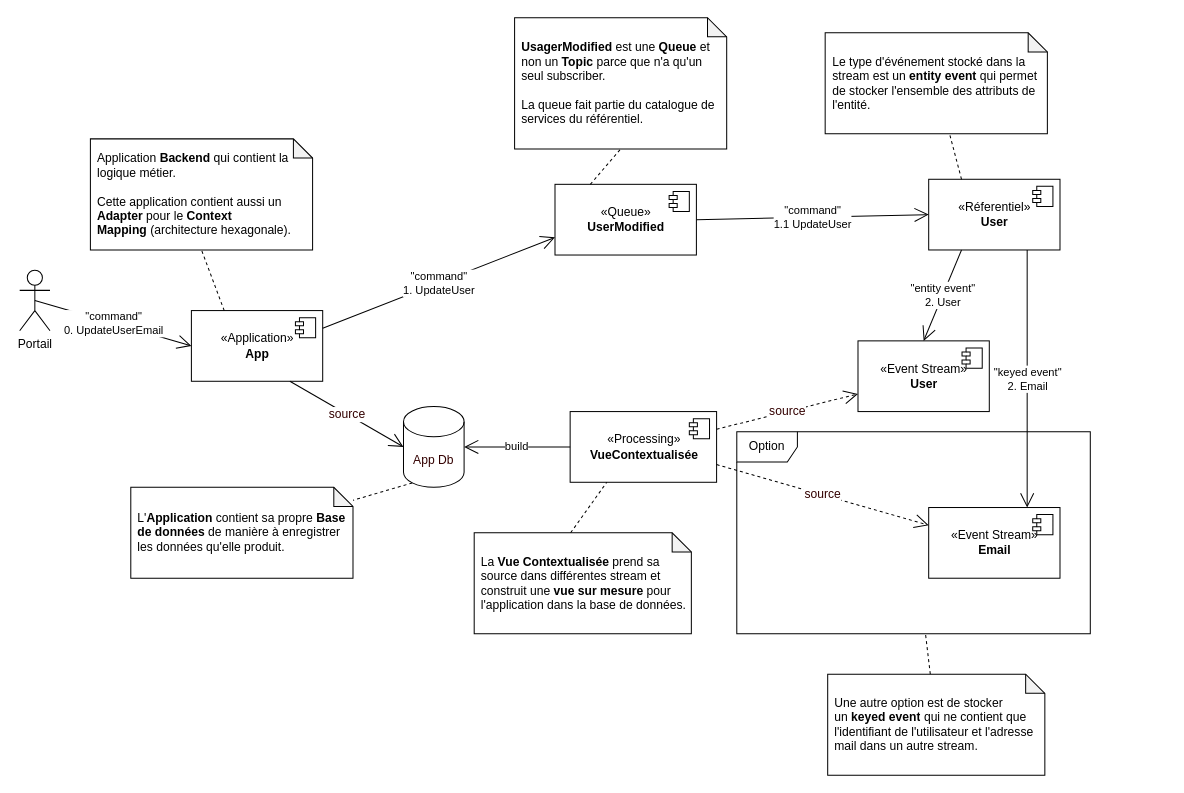
The draw.io diagram page "produce-and-consume-data" (3 of 11) of drafts/data-liberation.drawio in diplomegalo/event-driven, before the edit. Source tidied: cells renumbered, new cells numbered last; positions are measured from the earlier drawing's top-left corner, leaving out a move shared by most shapes. Both pictures are drawn from the tidied source at 101%, with x=0, y=0 at pixel (19, 17).
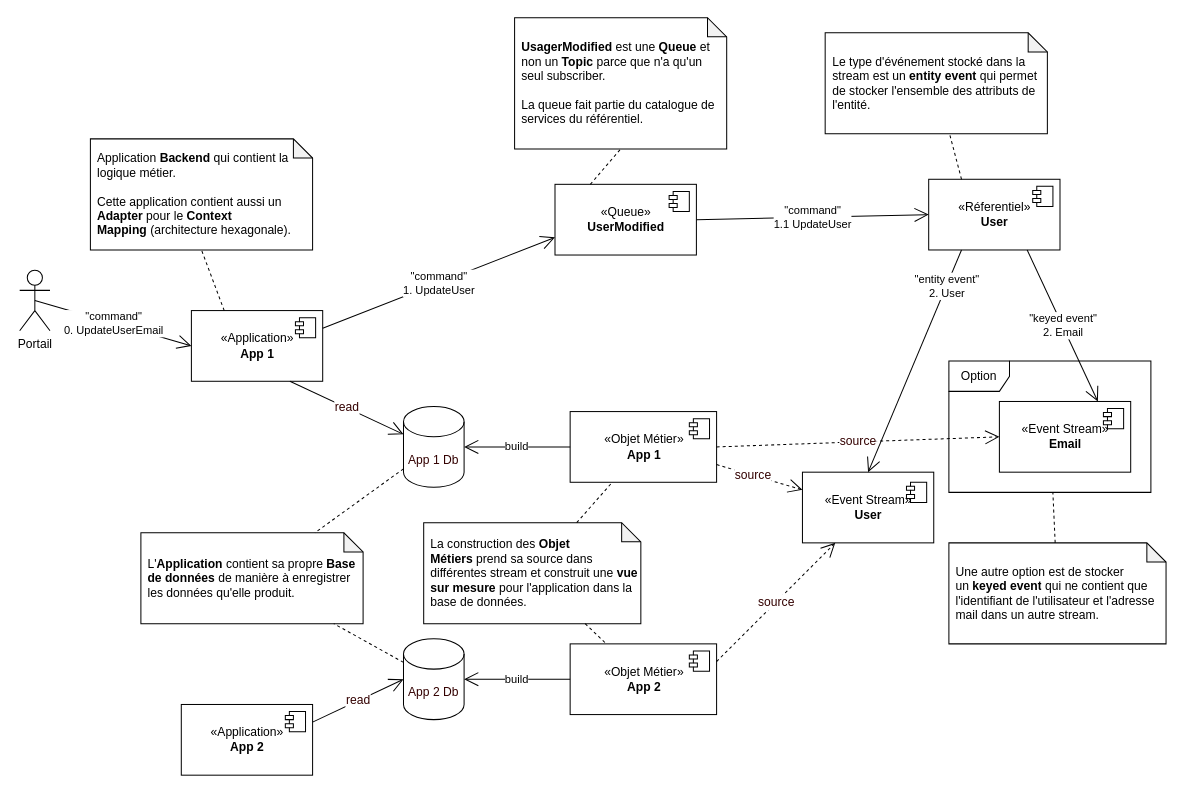
The same diagram, later.

Commit message (it also covers changes not shown here):
data stream

Unchanged cells that the change refers to:
```xml
<mxCell id="14" value="«Réferentiel»&lt;br&gt;&lt;b&gt;User&lt;/b&gt;" style="html=1;" parent="1" vertex="1">
  <mxGeometry x="900" y="160" width="130" height="70" as="geometry" />
</mxCell>
```

What changed in the source:
```diff
@@
     <mxCell id="2" value="Option" style="shape=umlFrame;whiteSpace=wrap;html=1;" parent="1" vertex="1">
-      <mxGeometry x="710" y="410" width="350" height="200" as="geometry" />
+      <mxGeometry x="920" y="340" width="200" height="130" as="geometry" />
     </mxCell>
-    <mxCell id="3" value="«Application»&lt;br&gt;&lt;b&gt;App&lt;/b&gt;" style="html=1;" parent="1" vertex="1">
+    <mxCell id="3" value="«Application»&lt;br&gt;&lt;b&gt;App 1&lt;/b&gt;" style="html=1;" parent="1" vertex="1">
       <mxGeometry x="170" y="290" width="130" height="70" as="geometry" />
     </mxCell>
@@
     <mxCell id="17" value="«Event Stream»&lt;br&gt;&lt;b&gt;User&lt;/b&gt;" style="html=1;" parent="1" vertex="1">
-      <mxGeometry x="830" y="320" width="130" height="70" as="geometry" />
+      <mxGeometry x="775" y="450" width="130" height="70" as="geometry" />
     </mxCell>
     <mxCell id="18" style="shape=module;jettyWidth=8;jettyHeight=4;" parent="17" vertex="1">
       <mxGeometry x="1" width="20" height="20" relative="1" as="geometry">
-        <mxPoint x="-27" y="7" as="offset" />
+        <mxPoint x="-27" y="10" as="offset" />
       </mxGeometry>
     </mxCell>
     <mxCell id="19" value="&quot;entity event&quot;&lt;br&gt;2. User" style="endArrow=open;endFill=1;endSize=12;html=1;exitX=0.25;exitY=1;exitDx=0;exitDy=0;entryX=0.5;entryY=0;entryDx=0;entryDy=0;" parent="1" edge="1" source="14" target="17">
-      <mxGeometry relative="1" as="geometry" />
+      <mxGeometry x="-0.67" y="1" relative="1" as="geometry" />
     </mxCell>
-    <mxCell id="20" value="«Processing»&lt;br&gt;&lt;b&gt;VueContextualisée&lt;/b&gt;" style="html=1;" parent="1" vertex="1">
+    <mxCell id="20" value="«Objet Métier»&lt;br&gt;&lt;b&gt;App 1&lt;/b&gt;" style="html=1;" parent="1" vertex="1">
       <mxGeometry x="545" y="390" width="145" height="70" as="geometry" />
     </mxCell>
@@
     <mxCell id="22" value="«Event Stream»&lt;br&gt;&lt;b&gt;Email&lt;/b&gt;" style="html=1;" parent="1" vertex="1">
-      <mxGeometry x="900" y="485" width="130" height="70" as="geometry" />
+      <mxGeometry x="970" y="380" width="130" height="70" as="geometry" />
     </mxCell>
@@
-    <mxCell id="24" value="source" style="endArrow=open;endSize=12;dashed=1;html=1;fontSize=12;fontColor=#330000;entryX=0;entryY=0.75;entryDx=0;entryDy=0;exitX=1;exitY=0.25;exitDx=0;exitDy=0;" parent="1" edge="1" source="20" target="17">
+    <mxCell id="24" value="source" style="endArrow=open;endSize=12;dashed=1;html=1;fontSize=12;fontColor=#330000;entryX=0;entryY=0.5;entryDx=0;entryDy=0;exitX=1;exitY=0.5;exitDx=0;exitDy=0;" parent="1" edge="1" source="20" target="22">
       <mxGeometry relative="1" as="geometry" />
     </mxCell>
-    <mxCell id="25" value="source" style="endArrow=open;endSize=12;dashed=1;html=1;fontSize=12;fontColor=#330000;entryX=0;entryY=0.25;entryDx=0;entryDy=0;exitX=1;exitY=0.75;exitDx=0;exitDy=0;" parent="1" edge="1" source="20" target="22">
-      <mxGeometry relative="1" as="geometry" />
+    <mxCell id="25" value="source" style="endArrow=open;endSize=12;dashed=1;html=1;fontSize=12;fontColor=#330000;entryX=0;entryY=0.25;entryDx=0;entryDy=0;exitX=1;exitY=0.75;exitDx=0;exitDy=0;" parent="1" edge="1" source="20" target="17">
+      <mxGeometry x="-0.14" relative="1" as="geometry" />
     </mxCell>
-    <mxCell id="26" value="La&lt;b&gt; Vue Contextualisée&lt;/b&gt;&amp;nbsp;prend sa source dans différentes stream et construit une &lt;b&gt;vue sur mesure&lt;/b&gt;&amp;nbsp;pour l'application dans la base de données." style="shape=note;whiteSpace=wrap;html=1;backgroundOutline=1;darkOpacity=0.05;size=19;align=left;spacingLeft=5;spacingRight=0;" parent="1" vertex="1">
-      <mxGeometry x="450" y="510" width="215" height="100" as="geometry" />
+    <mxCell id="26" value="La construction des&lt;b&gt;&amp;nbsp;Objet Métiers&amp;nbsp;&lt;/b&gt;prend sa source dans différentes stream et construit une &lt;b&gt;vue sur mesure&lt;/b&gt;&amp;nbsp;pour l'application dans la base de données." style="shape=note;whiteSpace=wrap;html=1;backgroundOutline=1;darkOpacity=0.05;size=19;align=left;spacingLeft=5;spacingRight=0;" parent="1" vertex="1">
+      <mxGeometry x="400" y="500" width="215" height="100" as="geometry" />
     </mxCell>
-    <mxCell id="27" style="endArrow=none;dashed=1;html=1;exitX=0;exitY=0;exitDx=95.5;exitDy=0;entryX=0.25;entryY=1;entryDx=0;entryDy=0;exitPerimeter=0;" parent="1" edge="1" source="26" target="20">
+    <mxCell id="27" style="endArrow=none;dashed=1;html=1;" parent="1" edge="1" source="26" target="38">
       <mxGeometry relative="1" as="geometry" />
     </mxCell>
-    <mxCell id="28" value="App Db" style="shape=cylinder3;whiteSpace=wrap;html=1;boundedLbl=1;backgroundOutline=1;size=15;fontSize=12;fontColor=#330000;align=center;" parent="1" vertex="1">
+    <mxCell id="28" value="App 1 Db" style="shape=cylinder3;whiteSpace=wrap;html=1;boundedLbl=1;backgroundOutline=1;size=15;fontSize=12;fontColor=#330000;align=center;" parent="1" vertex="1">
       <mxGeometry x="380" y="385" width="60" height="80" as="geometry" />
     </mxCell>
-    <mxCell id="29" value="source" style="endArrow=open;endSize=12;html=1;fontSize=12;fontColor=#330000;exitX=0.75;exitY=1;exitDx=0;exitDy=0;entryX=0;entryY=0.5;entryDx=0;entryDy=0;entryPerimeter=0;" parent="1" edge="1" source="3" target="28">
+    <mxCell id="29" value="read" style="endArrow=open;endSize=12;html=1;fontSize=12;fontColor=#330000;exitX=0.75;exitY=1;exitDx=0;exitDy=0;entryX=0;entryY=0;entryDx=0;entryDy=27.5;entryPerimeter=0;" parent="1" edge="1" source="3" target="28">
       <mxGeometry relative="1" as="geometry" />
     </mxCell>
     <mxCell id="30" value="L'&lt;b&gt;Application&lt;/b&gt;&amp;nbsp;contient sa propre &lt;b&gt;Base de données&lt;/b&gt;&amp;nbsp;de manière à enregistrer les données qu'elle produit." style="shape=note;whiteSpace=wrap;html=1;backgroundOutline=1;darkOpacity=0.05;size=19;align=left;spacingLeft=5;spacingRight=0;" parent="1" vertex="1">
-      <mxGeometry x="110" y="465" width="220" height="90" as="geometry" />
+      <mxGeometry x="120" y="510" width="220" height="90" as="geometry" />
     </mxCell>
-    <mxCell id="31" style="endArrow=none;dashed=1;html=1;exitX=0.145;exitY=1;exitDx=0;exitDy=-4.35;exitPerimeter=0;" parent="1" edge="1" source="28" target="30">
+    <mxCell id="31" style="endArrow=none;dashed=1;html=1;" parent="1" edge="1" source="28" target="30">
       <mxGeometry relative="1" as="geometry" />
     </mxCell>
@@
     <mxCell id="35" value="&lt;span style=&quot;background-color: rgb(255, 255, 255);&quot;&gt;Une autre option est de stocker un&amp;nbsp;&lt;/span&gt;&lt;b style=&quot;&quot;&gt;keyed event&lt;/b&gt;&lt;span style=&quot;background-color: rgb(255, 255, 255);&quot;&gt;&amp;nbsp;qui ne contient que l'identifiant de l'utilisateur et l'adresse mail dans un autre stream.&lt;/span&gt;" style="shape=note;whiteSpace=wrap;html=1;backgroundOutline=1;darkOpacity=0.05;size=19;align=left;spacingLeft=5;spacingRight=0;" parent="1" vertex="1">
-      <mxGeometry x="800" y="650" width="215" height="100" as="geometry" />
+      <mxGeometry x="920" y="520" width="215" height="100" as="geometry" />
     </mxCell>
@@
+    <mxCell id="38" value="«Objet Métier»&lt;br&gt;&lt;b&gt;App 2&lt;/b&gt;" style="html=1;" parent="1" vertex="1">
+      <mxGeometry x="545" y="620" width="145" height="70" as="geometry" />
+    </mxCell>
+    <mxCell id="39" style="shape=module;jettyWidth=8;jettyHeight=4;" parent="38" vertex="1">
+      <mxGeometry x="1" width="20" height="20" relative="1" as="geometry">
+        <mxPoint x="-27" y="7" as="offset" />
+      </mxGeometry>
+    </mxCell>
+    <mxCell id="40" value="«Application»&lt;br&gt;&lt;b&gt;App 2&lt;/b&gt;" style="html=1;" parent="1" vertex="1">
+      <mxGeometry x="160" y="680" width="130" height="70" as="geometry" />
+    </mxCell>
+    <mxCell id="41" style="shape=module;jettyWidth=8;jettyHeight=4;" parent="40" vertex="1">
+      <mxGeometry x="1" width="20" height="20" relative="1" as="geometry">
+        <mxPoint x="-27" y="7" as="offset" />
+      </mxGeometry>
+    </mxCell>
+    <mxCell id="42" value="App 2 Db" style="shape=cylinder3;whiteSpace=wrap;html=1;boundedLbl=1;backgroundOutline=1;size=15;fontSize=12;fontColor=#330000;align=center;" parent="1" vertex="1">
+      <mxGeometry x="380" y="615" width="60" height="80" as="geometry" />
+    </mxCell>
+    <mxCell id="43" value="build" style="endArrow=open;endFill=1;endSize=12;html=1;exitX=0;exitY=0.5;exitDx=0;exitDy=0;entryX=1;entryY=0.5;entryDx=0;entryDy=0;entryPerimeter=0;" parent="1" edge="1" source="38" target="42">
+      <mxGeometry relative="1" as="geometry" />
+    </mxCell>
+    <mxCell id="44" value="read" style="endArrow=open;endSize=12;html=1;fontSize=12;fontColor=#330000;exitX=1;exitY=0.25;exitDx=0;exitDy=0;entryX=0;entryY=0.5;entryDx=0;entryDy=0;entryPerimeter=0;" parent="1" edge="1" source="40" target="42">
+      <mxGeometry relative="1" as="geometry" />
+    </mxCell>
+    <mxCell id="45" style="endArrow=none;dashed=1;html=1;" parent="1" edge="1" source="42" target="30">
+      <mxGeometry relative="1" as="geometry" />
+    </mxCell>
+    <mxCell id="46" style="endArrow=none;dashed=1;html=1;" parent="1" edge="1" source="26" target="20">
+      <mxGeometry relative="1" as="geometry" />
+    </mxCell>
+    <mxCell id="47" value="source" style="endArrow=open;endSize=12;dashed=1;html=1;fontSize=12;fontColor=#330000;entryX=0.25;entryY=1;entryDx=0;entryDy=0;exitX=1;exitY=0.25;exitDx=0;exitDy=0;" parent="1" edge="1" source="38" target="17">
+      <mxGeometry relative="1" as="geometry" />
+    </mxCell>
```
